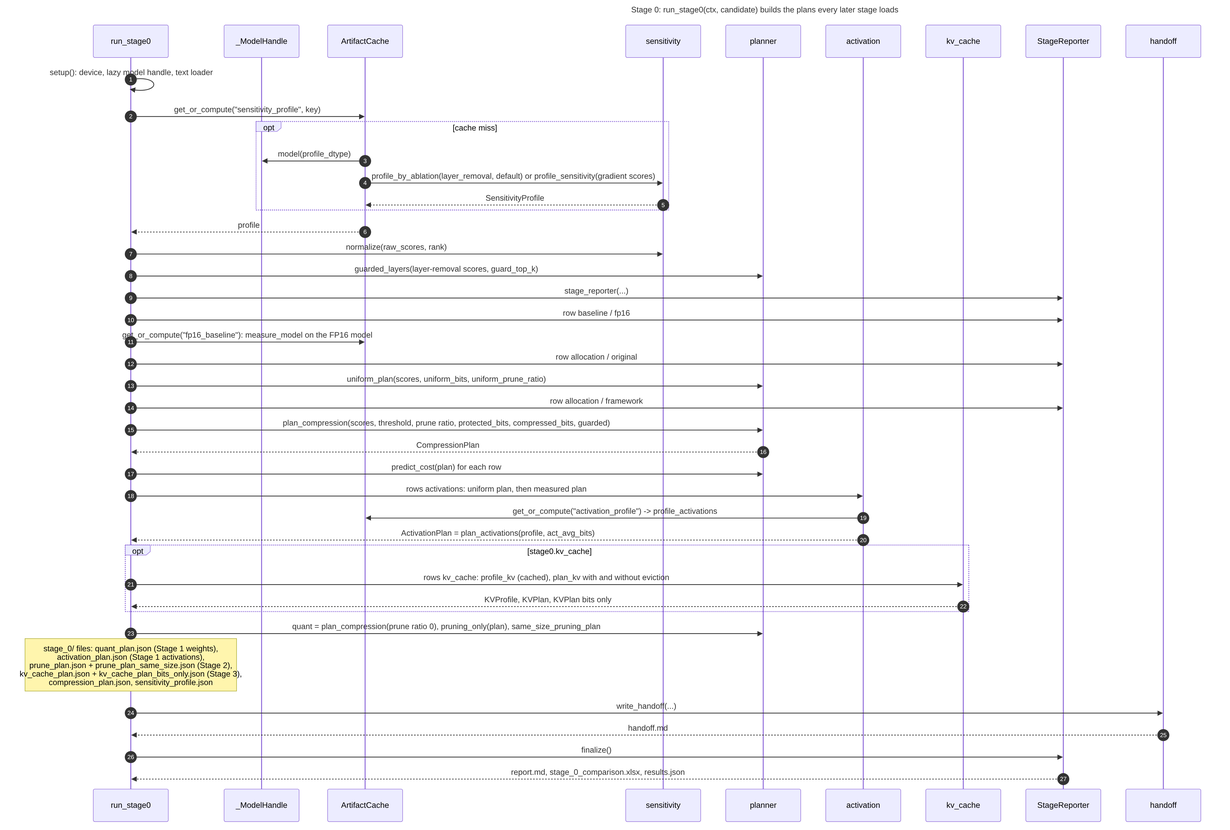
hamuutpls/sensitivity-driven-framework keeps this Mermaid diagram as docs/diagrams/seq-stage0.png. Above is the earlier version. Its source is kept beside it as docs/diagrams/seq-stage0.mmd. Its diagram source:
```mermaid
---
title: "Stage 0: run_stage0(ctx, candidate) builds the plans every later stage loads"
---
sequenceDiagram
    autonumber
    participant R0 as run_stage0
    participant H as _ModelHandle
    participant C as ArtifactCache
    participant Sens as sensitivity
    participant Pl as planner
    participant Act as activation
    participant KV as kv_cache
    participant Rep as StageReporter
    participant HO as handoff

    R0->>R0: setup(): device, lazy model handle, text loader
    R0->>C: get_or_compute("sensitivity_profile", key)
    opt cache miss
        C->>H: model(profile_dtype)
        C->>Sens: profile_by_ablation(layer_removal, default) or profile_sensitivity(gradient scores)
        Sens-->>C: SensitivityProfile
    end
    C-->>R0: profile
    R0->>Sens: normalize(raw_scores, rank)
    R0->>Pl: guarded_layers(layer-removal scores, guard_top_k)
    R0->>Rep: stage_reporter(...)
    R0->>Rep: row baseline / fp16
    R0->>C: get_or_compute("fp16_baseline"): measure_model on the FP16 model
    R0->>Rep: row allocation / original
    R0->>Pl: uniform_plan(scores, uniform_bits, uniform_prune_ratio)
    R0->>Rep: row allocation / framework
    R0->>Pl: plan_compression(scores, threshold, prune ratio, protected_bits, compressed_bits, guarded)
    Pl-->>R0: CompressionPlan
    R0->>Pl: predict_cost(plan) for each row
    R0->>Act: rows activations: uniform plan, then measured plan
    Act->>C: get_or_compute("activation_profile") -> profile_activations
    Act-->>R0: ActivationPlan = plan_activations(profile, act_avg_bits)
    opt stage0.kv_cache
        R0->>KV: rows kv_cache: profile_kv (cached), plan_kv with and without eviction
        KV-->>R0: KVProfile, KVPlan, KVPlan bits only
    end
    R0->>Pl: quant = plan_compression(prune ratio 0), pruning_only(plan), same_size_pruning_plan
    Note over R0: stage_0/ files: quant_plan.json (Stage 1 weights),<br/>activation_plan.json (Stage 1 activations),<br/>prune_plan.json + prune_plan_same_size.json (Stage 2),<br/>kv_cache_plan.json + kv_cache_plan_bits_only.json (Stage 3),<br/>compression_plan.json, sensitivity_profile.json
    R0->>HO: write_handoff(...)
    HO-->>R0: handoff.md
    R0->>Rep: finalize()
    Rep-->>R0: report.md, stage_0_comparison.xlsx, results.json
```
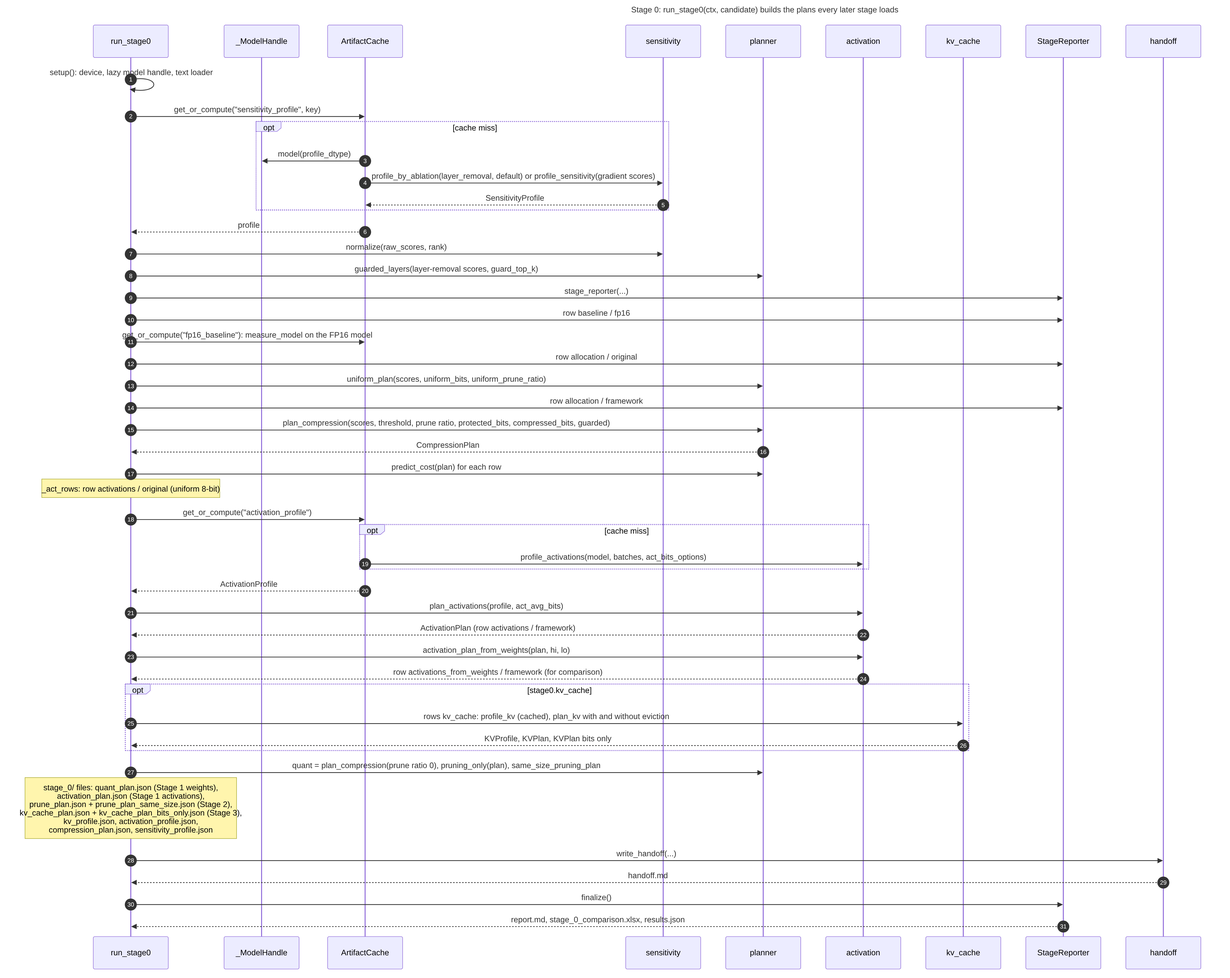
After the change.

Commit message:
docs: diagram review fixes and stale stage-split comments (#55)

What changed in the source:
```diff
@@ -32,15 +32,22 @@
     R0->>Pl: plan_compression(scores, threshold, prune ratio, protected_bits, compressed_bits, guarded)
     Pl-->>R0: CompressionPlan
     R0->>Pl: predict_cost(plan) for each row
-    R0->>Act: rows activations: uniform plan, then measured plan
-    Act->>C: get_or_compute("activation_profile") -> profile_activations
-    Act-->>R0: ActivationPlan = plan_activations(profile, act_avg_bits)
+    Note over R0: _act_rows: row activations / original (uniform 8-bit)
+    R0->>C: get_or_compute("activation_profile")
+    opt cache miss
+        C->>Act: profile_activations(model, batches, act_bits_options)
+    end
+    C-->>R0: ActivationProfile
+    R0->>Act: plan_activations(profile, act_avg_bits)
+    Act-->>R0: ActivationPlan (row activations / framework)
+    R0->>Act: activation_plan_from_weights(plan, hi, lo)
+    Act-->>R0: row activations_from_weights / framework (for comparison)
     opt stage0.kv_cache
         R0->>KV: rows kv_cache: profile_kv (cached), plan_kv with and without eviction
         KV-->>R0: KVProfile, KVPlan, KVPlan bits only
     end
     R0->>Pl: quant = plan_compression(prune ratio 0), pruning_only(plan), same_size_pruning_plan
-    Note over R0: stage_0/ files: quant_plan.json (Stage 1 weights),<br/>activation_plan.json (Stage 1 activations),<br/>prune_plan.json + prune_plan_same_size.json (Stage 2),<br/>kv_cache_plan.json + kv_cache_plan_bits_only.json (Stage 3),<br/>compression_plan.json, sensitivity_profile.json
+    Note over R0: stage_0/ files: quant_plan.json (Stage 1 weights),<br/>activation_plan.json (Stage 1 activations),<br/>prune_plan.json + prune_plan_same_size.json (Stage 2),<br/>kv_cache_plan.json + kv_cache_plan_bits_only.json (Stage 3),<br/>kv_profile.json, activation_profile.json,<br/>compression_plan.json, sensitivity_profile.json
     R0->>HO: write_handoff(...)
     HO-->>R0: handoff.md
     R0->>Rep: finalize()
```
